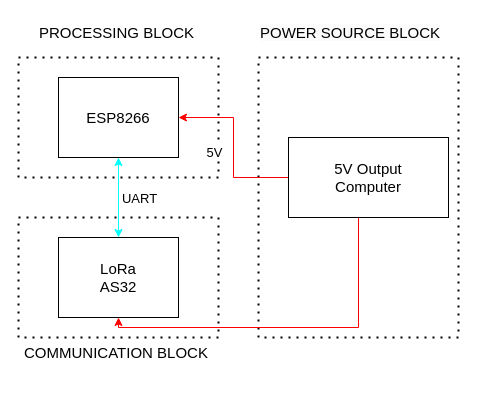
Earlier version of the draw.io diagram Gateway.drawio (K2ayzz/ForDrawIO). Source tidied: cells renumbered, new cells numbered last; positions are measured from the earlier drawing's top-left corner, leaving out a move shared by most shapes. Both pictures are drawn from the tidied source at 100%, with x=0, y=0 at pixel (18, 17).
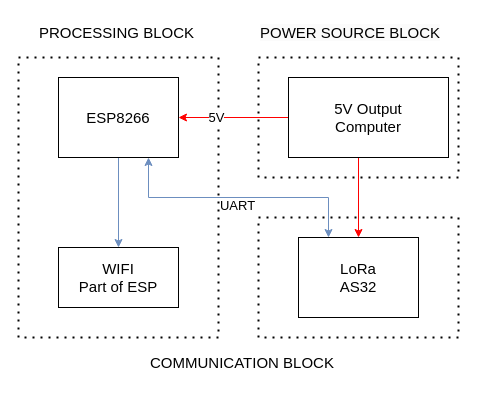
After the change.

Commit message:
Cập nhật Gateway.drawio

Unchanged cells that the change refers to:
```xml
<mxCell id="2" value="&lt;font style=&quot;font-size: 15px;&quot;&gt;ESP8266&lt;/font&gt;" style="whiteSpace=wrap;html=1;rounded=0;fontSize=11;" parent="1" vertex="1">
  <mxGeometry x="40" y="60" width="120" height="80" as="geometry" />
</mxCell>
```

What changed in the source:
```diff
@@
+    <mxCell id="16" style="edgeStyle=orthogonalEdgeStyle;rounded=0;jettySize=auto;html=1;fillColor=#dae8fc;strokeColor=#6c8ebf;" parent="1" edge="1" source="2" target="18">
+      <mxGeometry relative="1" as="geometry" />
+    </mxCell>
+    <mxCell id="17" value="&lt;div&gt;&lt;br&gt;&lt;/div&gt;&lt;div&gt;&lt;br&gt;&lt;/div&gt;" style="edgeLabel;html=1;align=center;verticalAlign=middle;" parent="16" vertex="1">
+      <mxGeometry x="0.21" relative="1" as="geometry" />
+    </mxCell>
@@
     <mxCell id="3" value="&lt;div&gt;&lt;span style=&quot;font-size: 15px;&quot;&gt;LoRa&lt;/span&gt;&lt;/div&gt;&lt;div&gt;&lt;span style=&quot;font-size: 15px;&quot;&gt;AS32&lt;/span&gt;&lt;/div&gt;" style="whiteSpace=wrap;html=1;rounded=0;" parent="1" vertex="1">
-      <mxGeometry x="40" y="220" width="120" height="80" as="geometry" />
+      <mxGeometry x="280" y="220" width="120" height="80" as="geometry" />
     </mxCell>
@@
     <mxCell id="5" value="&lt;div style=&quot;text-align: center;&quot;&gt;&lt;span style=&quot;background-color: initial; font-size: 15px;&quot;&gt;COMMUNICATION BLOCK&lt;/span&gt;&lt;/div&gt;" style="text;whiteSpace=wrap;html=1;" parent="1" vertex="1">
-      <mxGeometry x="4" y="320" width="211" height="40" as="geometry" />
+      <mxGeometry x="130" y="330" width="211" height="40" as="geometry" />
     </mxCell>
     <mxCell id="6" style="endArrow=none;dashed=1;html=1;dashPattern=1 3;strokeWidth=2;rounded=0;" parent="1" edge="1">
       <mxGeometry relative="1" as="geometry">
         <mxPoint y="40" as="sourcePoint" />
         <mxPoint y="40" as="targetPoint" />
         <Array as="points">
           <mxPoint x="200" y="40" />
-          <mxPoint x="200" y="160" />
-          <mxPoint y="160" />
+          <mxPoint x="200" y="320" />
+          <mxPoint y="320" />
         </Array>
       </mxGeometry>
     </mxCell>
     <mxCell id="7" style="endArrow=none;dashed=1;html=1;dashPattern=1 3;strokeWidth=2;rounded=0;" parent="1" edge="1">
       <mxGeometry relative="1" as="geometry">
-        <mxPoint y="200" as="sourcePoint" />
-        <mxPoint y="200" as="targetPoint" />
+        <mxPoint x="240" y="200" as="sourcePoint" />
+        <mxPoint x="240" y="200" as="targetPoint" />
         <Array as="points">
-          <mxPoint x="200" y="200" />
-          <mxPoint x="200" y="320" />
-          <mxPoint y="320" />
+          <mxPoint x="440" y="200" />
+          <mxPoint x="440" y="320" />
+          <mxPoint x="240" y="320" />
         </Array>
       </mxGeometry>
     </mxCell>
     <mxCell id="8" style="endArrow=none;dashed=1;html=1;dashPattern=1 3;strokeWidth=2;rounded=0;" parent="1" edge="1">
       <mxGeometry relative="1" as="geometry">
         <mxPoint x="240" y="40" as="sourcePoint" />
         <mxPoint x="240" y="40" as="targetPoint" />
         <Array as="points">
           <mxPoint x="440" y="40" />
-          <mxPoint x="440" y="320" />
-          <mxPoint x="240" y="320" />
+          <mxPoint x="440" y="160" />
+          <mxPoint x="240" y="160" />
         </Array>
       </mxGeometry>
     </mxCell>
@@
-    <mxCell id="12" style="edgeStyle=orthogonalEdgeStyle;rounded=0;jettySize=auto;html=1;entryX=0.5;entryY=1;entryDx=0;entryDy=0;strokeColor=#FF0000;" parent="1" edge="1" source="13" target="3">
+    <mxCell id="12" style="edgeStyle=orthogonalEdgeStyle;rounded=0;jettySize=auto;html=1;strokeColor=#FF0000;" parent="1" edge="1" source="13">
       <mxGeometry relative="1" as="geometry">
+        <mxPoint x="340" y="220" as="targetPoint" />
         <Array as="points">
-          <mxPoint x="340" y="310" />
-          <mxPoint x="100" y="310" />
+          <mxPoint x="340" y="220" />
         </Array>
       </mxGeometry>
     </mxCell>
     <mxCell id="13" value="&lt;span style=&quot;font-size: 15px;&quot;&gt;5V Output&lt;/span&gt;&lt;div&gt;&lt;span style=&quot;font-size: 15px;&quot;&gt;Computer&lt;/span&gt;&lt;/div&gt;" style="whiteSpace=wrap;html=1;rounded=0;" parent="1" vertex="1">
-      <mxGeometry x="270" y="120" width="160" height="80" as="geometry" />
+      <mxGeometry x="270" y="60" width="160" height="80" as="geometry" />
     </mxCell>
-    <mxCell id="14" style="endArrow=classic;startArrow=classic;html=1;rounded=0;entryX=0.5;entryY=1;entryDx=0;entryDy=0;exitX=0.5;exitY=0;exitDx=0;exitDy=0;fillColor=#dae8fc;strokeColor=#00FFFF;" parent="1" edge="1" source="3" target="2">
-      <mxGeometry relative="1" as="geometry" />
+    <mxCell id="14" style="endArrow=classic;startArrow=classic;html=1;rounded=0;entryX=0.75;entryY=1;entryDx=0;entryDy=0;exitX=0.25;exitY=0;exitDx=0;exitDy=0;fillColor=#dae8fc;strokeColor=#6c8ebf;" parent="1" edge="1" source="3" target="2">
+      <mxGeometry relative="1" as="geometry">
+        <Array as="points">
+          <mxPoint x="310" y="180" />
+          <mxPoint x="130" y="180" />
+        </Array>
+      </mxGeometry>
     </mxCell>
@@
+    <mxCell id="18" value="&lt;font style=&quot;font-size: 15px;&quot;&gt;WIFI&lt;/font&gt;&lt;div style=&quot;font-size: 15px;&quot;&gt;&lt;font style=&quot;font-size: 15px;&quot;&gt;Part of ESP&lt;/font&gt;&lt;/div&gt;" style="whiteSpace=wrap;html=1;fontSize=11;rounded=0;" parent="1" vertex="1">
+      <mxGeometry x="40" y="230" width="120" height="60" as="geometry" />
+    </mxCell>
```
